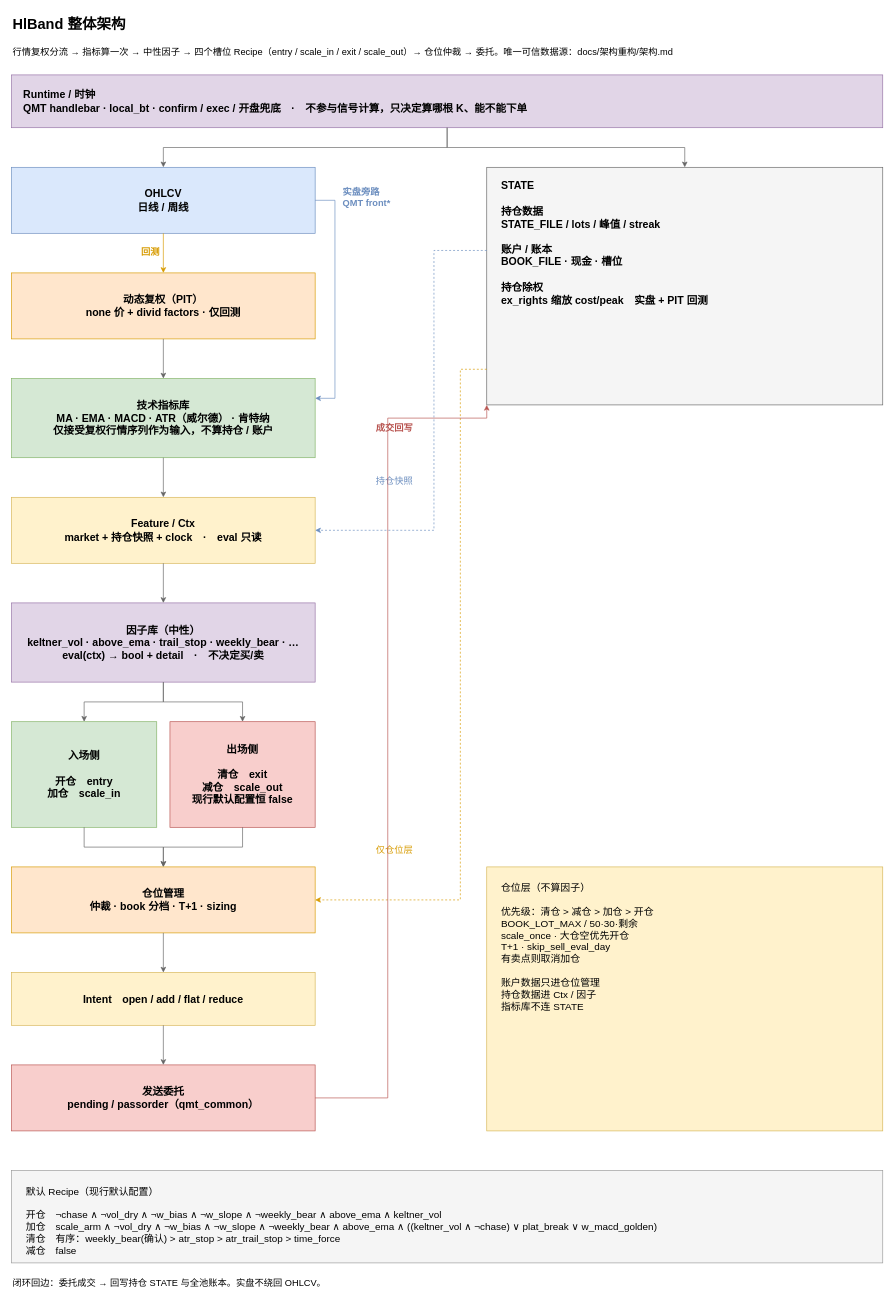
Above: factor_band/docs/架构说明/策略架构.drawio in vigo-wu/strategy-tracking (draw.io), before the change. Source tidied: cells renumbered, new cells numbered last; positions are measured from the earlier drawing's top-left corner, leaving out a move shared by most shapes. Both pictures are drawn from the tidied source at 66%, with x=0, y=0 at pixel (11, 11).
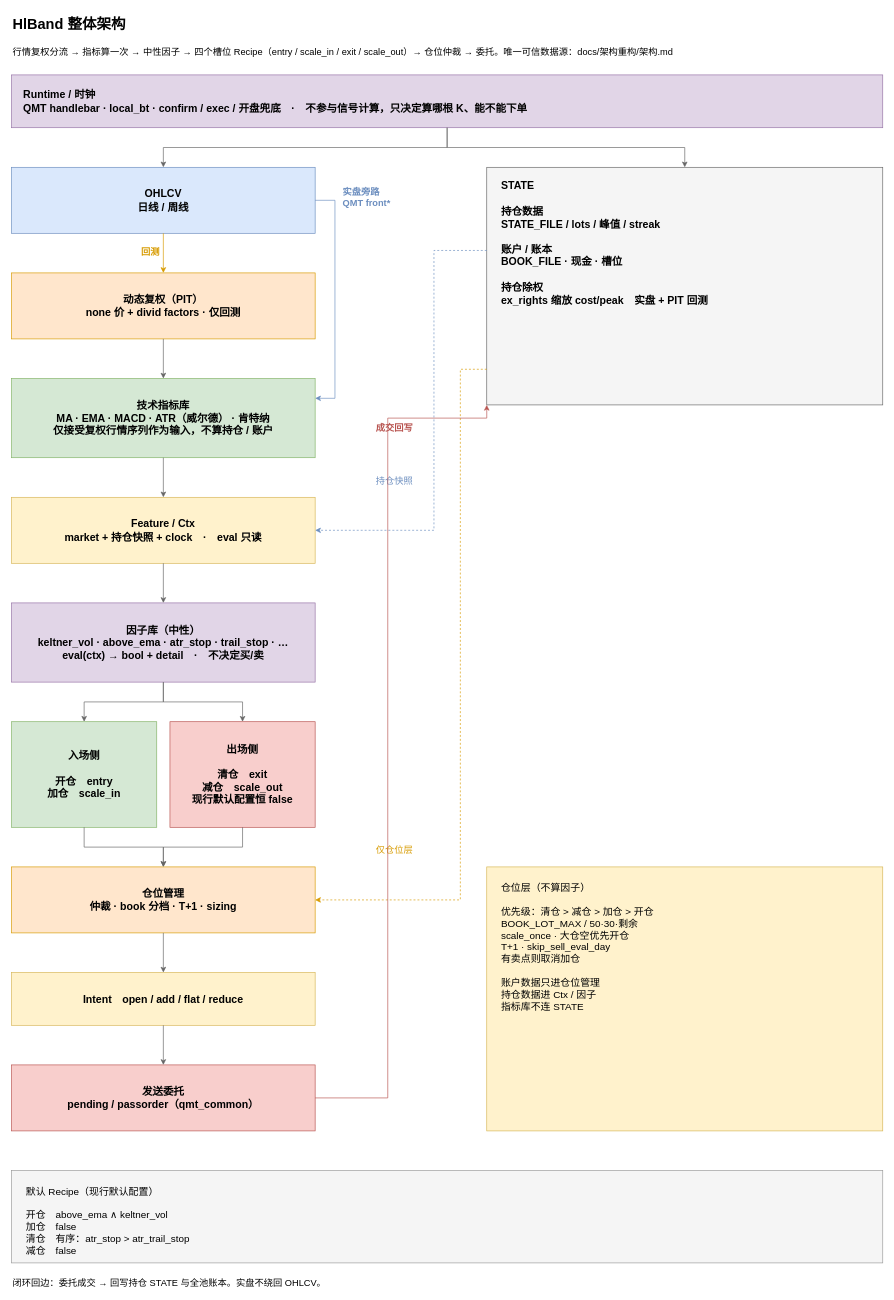
After the change.

The edit, as a diff of the source:
```diff
@@
-    <mxCell id="10" value="因子库（中性）&lt;br&gt;keltner_vol · above_ema · trail_stop · weekly_bear · …&lt;br&gt;eval(ctx) → bool + detail　·　不决定买/卖" style="rounded=0;whiteSpace=wrap;html=1;fillColor=#e1d5e7;strokeColor=#9673a6;fontStyle=1;fontSize=16;fontFamily=Microsoft YaHei;" parent="1" vertex="1">
+    <mxCell id="10" value="因子库（中性）&lt;br&gt;keltner_vol · above_ema · atr_stop · trail_stop · …&lt;br&gt;eval(ctx) → bool + detail　·　不决定买/卖" style="rounded=0;whiteSpace=wrap;html=1;fillColor=#e1d5e7;strokeColor=#9673a6;fontStyle=1;fontSize=16;fontFamily=Microsoft YaHei;" parent="1" vertex="1">
       <mxGeometry y="896" width="460" height="120" as="geometry" />
     </mxCell>
@@
-    <mxCell id="17" value="默认 Recipe（现行默认配置）&lt;br&gt;&lt;br&gt;开仓　¬chase ∧ ¬vol_dry ∧ ¬w_bias ∧ ¬w_slope ∧ ¬weekly_bear ∧ above_ema ∧ keltner_vol&lt;br&gt;加仓　scale_arm ∧ ¬vol_dry ∧ ¬w_bias ∧ ¬w_slope ∧ ¬weekly_bear ∧ above_ema ∧ ((keltner_vol ∧ ¬chase) ∨ plat_break ∨ w_macd_golden)&lt;br&gt;清仓　有序：weekly_bear(确认) &gt; atr_stop &gt; atr_trail_stop &gt; time_force&lt;br&gt;减仓　false" style="rounded=0;whiteSpace=wrap;html=1;align=left;verticalAlign=top;fillColor=#f5f5f5;strokeColor=#999999;spacingLeft=20;spacingTop=16;spacingRight=16;fontSize=15;fontFamily=Microsoft YaHei;" parent="1" vertex="1">
+    <mxCell id="17" value="默认 Recipe（现行默认配置）&lt;br&gt;&lt;br&gt;开仓　above_ema ∧ keltner_vol&lt;br&gt;加仓　false&lt;br&gt;清仓　有序：atr_stop &gt; atr_trail_stop&lt;br&gt;减仓　false" style="rounded=0;whiteSpace=wrap;html=1;align=left;verticalAlign=top;fillColor=#f5f5f5;strokeColor=#999999;spacingLeft=20;spacingTop=16;spacingRight=16;fontSize=15;fontFamily=Microsoft YaHei;" parent="1" vertex="1">
       <mxGeometry y="1756" width="1320" height="140" as="geometry" />
     </mxCell>
```
